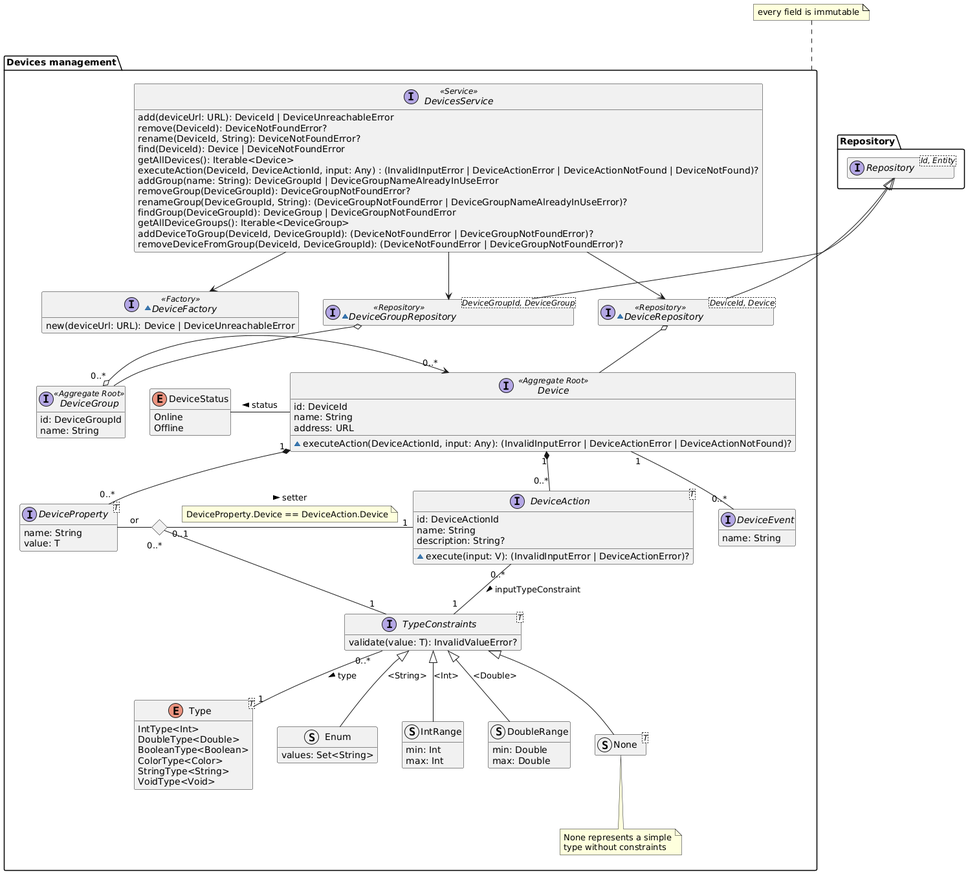
Before: diagrams/generated/devices-management-domain-model.png, a diagram exported from PlantUML (DomoticASW/.github).
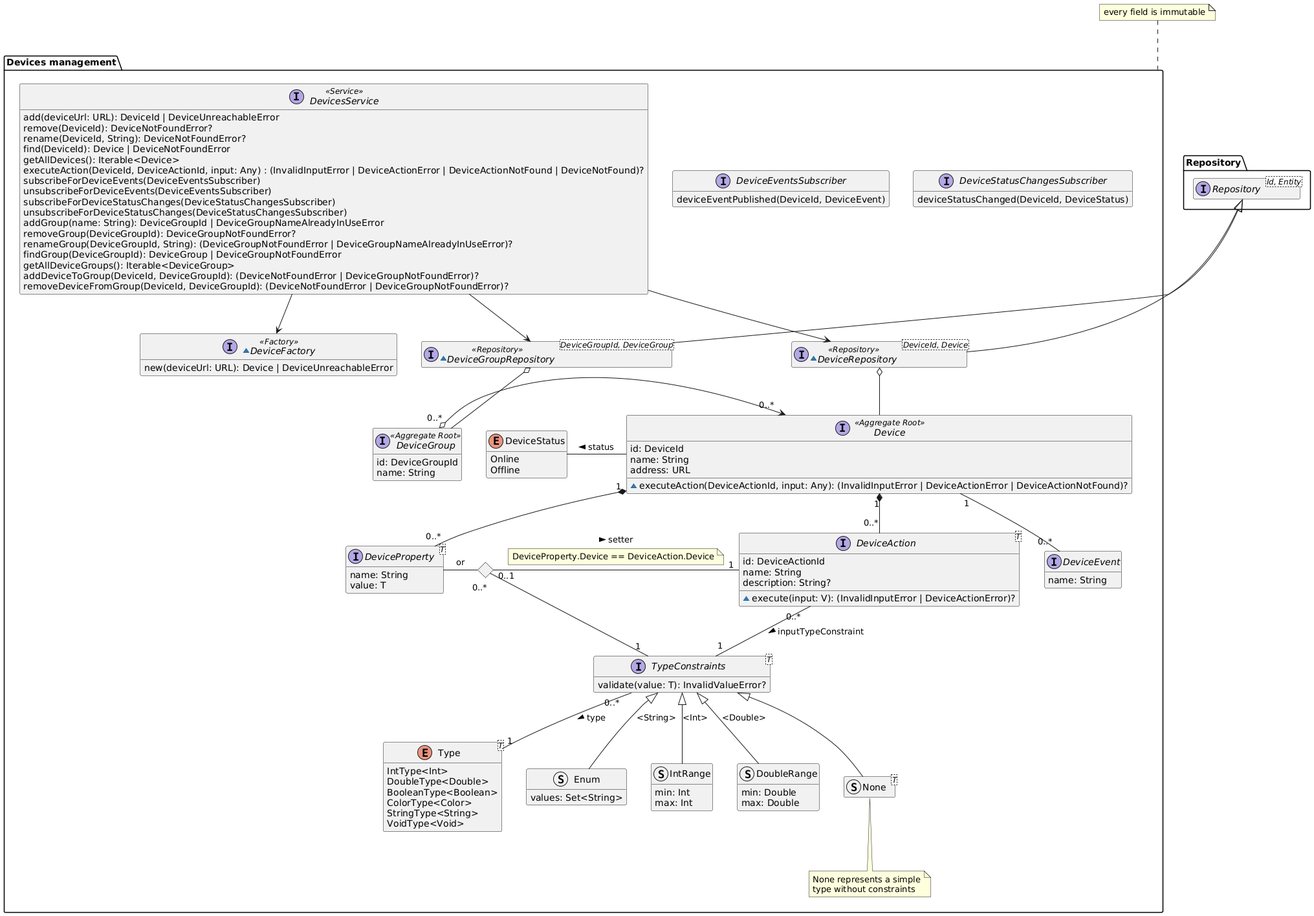
The same diagram one commit later.

Commit message:
add publish/subscribe to DevicesService

The edit, as a diff of the source:
```diff
@@ -86,6 +86,10 @@
         find(DeviceId): Device | DeviceNotFoundError
         getAllDevices(): Iterable<Device>
         executeAction(DeviceId, DeviceActionId, input: Any) : (InvalidInputError | DeviceActionError | DeviceActionNotFound | DeviceNotFound)?
+        subscribeForDeviceEvents(DeviceEventsSubscriber)
+        unsubscribeForDeviceEvents(DeviceEventsSubscriber)
+        subscribeForDeviceStatusChanges(DeviceStatusChangesSubscriber)
+        unsubscribeForDeviceStatusChanges(DeviceStatusChangesSubscriber)
         addGroup(name: String): DeviceGroupId | DeviceGroupNameAlreadyInUseError
         removeGroup(DeviceGroupId): DeviceGroupNotFoundError?
         renameGroup(DeviceGroupId, String): (DeviceGroupNotFoundError | DeviceGroupNameAlreadyInUseError)?
@@ -97,6 +101,14 @@
 
     ~interface DeviceFactory <<Factory>> {
         new(deviceUrl: URL): Device | DeviceUnreachableError
+    }
+
+    interface DeviceEventsSubscriber {
+        deviceEventPublished(DeviceId, DeviceEvent)
+    }
+
+    interface DeviceStatusChangesSubscriber {
+        deviceStatusChanged(DeviceId, DeviceStatus)
     }
 
 
```
